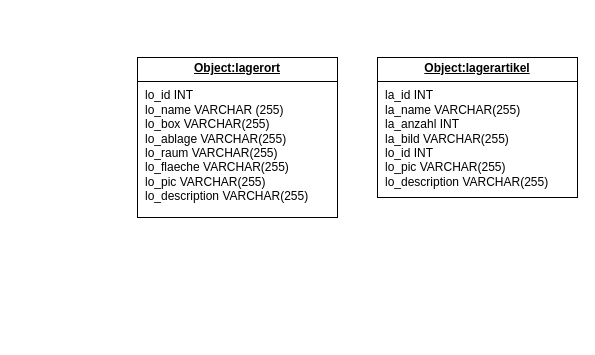
Earlier version of the draw.io diagram page "Datenobjekte" (6 of 8) of archiv/Unbenanntes Diagramm.drawio (kitanicKS/fireapp_frontend). Source tidied: cells renumbered, new cells numbered last; positions are measured from the earlier drawing's top-left corner, leaving out a move shared by most shapes. Both pictures are drawn from the tidied source at 100%, with x=0, y=0 at pixel (137, 57).
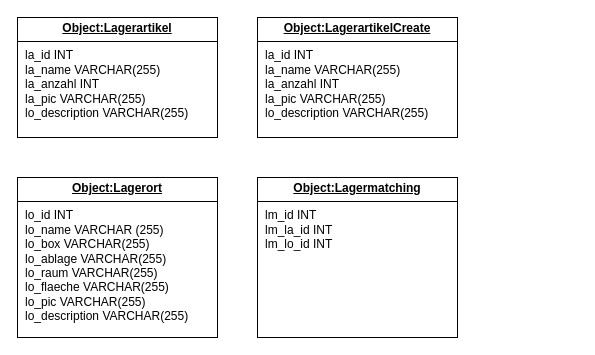
The same page after the edit.

The edit, as a diff of the source:
```diff
@@
 <mxGraphModel>
   <root>
     <mxCell id="0" />
     <mxCell id="1" parent="0" />
-    <mxCell id="2" value="&lt;p style=&quot;margin:0px;margin-top:4px;text-align:center;text-decoration:underline;&quot;&gt;&lt;b&gt;Object:lagerort&lt;/b&gt;&lt;/p&gt;&lt;hr size=&quot;1&quot; style=&quot;border-style:solid;&quot;&gt;&lt;p style=&quot;margin:0px;margin-left:8px;&quot;&gt;lo_id INT&lt;br&gt;lo_name VARCHAR (255)&lt;/p&gt;&lt;p style=&quot;margin:0px;margin-left:8px;&quot;&gt;lo_box VARCHAR(255)&lt;br&gt;lo_ablage&amp;nbsp;&lt;span style=&quot;background-color: transparent; color: light-dark(rgb(0, 0, 0), rgb(255, 255, 255));&quot;&gt;VARCHAR(255)&lt;/span&gt;&lt;/p&gt;&lt;p style=&quot;margin:0px;margin-left:8px;&quot;&gt;lo_raum&amp;nbsp;&lt;span style=&quot;background-color: transparent; color: light-dark(rgb(0, 0, 0), rgb(255, 255, 255));&quot;&gt;VARCHAR(255)&lt;/span&gt;&lt;/p&gt;&lt;p style=&quot;margin:0px;margin-left:8px;&quot;&gt;lo_flaeche&amp;nbsp;&lt;span style=&quot;background-color: transparent; color: light-dark(rgb(0, 0, 0), rgb(255, 255, 255));&quot;&gt;VARCHAR(255)&lt;/span&gt;&lt;/p&gt;&lt;p style=&quot;margin:0px;margin-left:8px;&quot;&gt;&lt;span style=&quot;background-color: transparent; color: light-dark(rgb(0, 0, 0), rgb(255, 255, 255));&quot;&gt;lo_pic VARCHAR(255)&lt;/span&gt;&lt;/p&gt;&lt;p style=&quot;margin:0px;margin-left:8px;&quot;&gt;lo_description VARCHAR(255)&lt;span style=&quot;background-color: transparent; color: light-dark(rgb(0, 0, 0), rgb(255, 255, 255));&quot;&gt;&lt;/span&gt;&lt;/p&gt;" style="verticalAlign=top;align=left;overflow=fill;html=1;whiteSpace=wrap;" parent="1" vertex="1">
-      <mxGeometry width="200" height="160" as="geometry" />
+    <mxCell id="2" value="&lt;p style=&quot;margin:0px;margin-top:4px;text-align:center;text-decoration:underline;&quot;&gt;&lt;b&gt;Object:Lagerort&lt;/b&gt;&lt;/p&gt;&lt;hr size=&quot;1&quot; style=&quot;border-style:solid;&quot;&gt;&lt;p style=&quot;margin:0px;margin-left:8px;&quot;&gt;lo_id INT&lt;br&gt;lo_name VARCHAR (255)&lt;/p&gt;&lt;p style=&quot;margin:0px;margin-left:8px;&quot;&gt;lo_box VARCHAR(255)&lt;br&gt;lo_ablage&amp;nbsp;&lt;span style=&quot;background-color: transparent; color: light-dark(rgb(0, 0, 0), rgb(255, 255, 255));&quot;&gt;VARCHAR(255)&lt;/span&gt;&lt;/p&gt;&lt;p style=&quot;margin:0px;margin-left:8px;&quot;&gt;lo_raum&amp;nbsp;&lt;span style=&quot;background-color: transparent; color: light-dark(rgb(0, 0, 0), rgb(255, 255, 255));&quot;&gt;VARCHAR(255)&lt;/span&gt;&lt;/p&gt;&lt;p style=&quot;margin:0px;margin-left:8px;&quot;&gt;lo_flaeche&amp;nbsp;&lt;span style=&quot;background-color: transparent; color: light-dark(rgb(0, 0, 0), rgb(255, 255, 255));&quot;&gt;VARCHAR(255)&lt;/span&gt;&lt;/p&gt;&lt;p style=&quot;margin:0px;margin-left:8px;&quot;&gt;&lt;span style=&quot;background-color: transparent; color: light-dark(rgb(0, 0, 0), rgb(255, 255, 255));&quot;&gt;lo_pic VARCHAR(255)&lt;/span&gt;&lt;/p&gt;&lt;p style=&quot;margin:0px;margin-left:8px;&quot;&gt;lo_description VARCHAR(255)&lt;span style=&quot;background-color: transparent; color: light-dark(rgb(0, 0, 0), rgb(255, 255, 255));&quot;&gt;&lt;/span&gt;&lt;/p&gt;" style="verticalAlign=top;align=left;overflow=fill;html=1;whiteSpace=wrap;" parent="1" vertex="1">
+      <mxGeometry x="-120" y="120" width="200" height="160" as="geometry" />
     </mxCell>
-    <mxCell id="3" value="&lt;p style=&quot;margin:0px;margin-top:4px;text-align:center;text-decoration:underline;&quot;&gt;&lt;b&gt;Object:lagerartikel&lt;/b&gt;&lt;/p&gt;&lt;hr size=&quot;1&quot; style=&quot;border-style:solid;&quot;&gt;&lt;p style=&quot;margin:0px;margin-left:8px;&quot;&gt;la_id INT&lt;br&gt;la_name VARCHAR(255)&lt;br&gt;la_anzahl INT&lt;/p&gt;&lt;p style=&quot;margin:0px;margin-left:8px;&quot;&gt;la_bild VARCHAR(255)&lt;/p&gt;&lt;p style=&quot;margin:0px;margin-left:8px;&quot;&gt;lo_id&amp;nbsp;&lt;span style=&quot;background-color: transparent; color: light-dark(rgb(0, 0, 0), rgb(255, 255, 255));&quot;&gt;INT&lt;/span&gt;&lt;/p&gt;&lt;p style=&quot;margin:0px;margin-left:8px;&quot;&gt;&lt;span style=&quot;background-color: transparent; color: light-dark(rgb(0, 0, 0), rgb(255, 255, 255));&quot;&gt;lo_pic VARCHAR(255)&lt;/span&gt;&lt;/p&gt;&lt;p style=&quot;margin:0px;margin-left:8px;&quot;&gt;lo_description VARCHAR(255)&lt;span style=&quot;background-color: transparent; color: light-dark(rgb(0, 0, 0), rgb(255, 255, 255));&quot;&gt;&lt;/span&gt;&lt;/p&gt;" style="verticalAlign=top;align=left;overflow=fill;html=1;whiteSpace=wrap;" parent="1" vertex="1">
-      <mxGeometry x="240" width="200" height="140" as="geometry" />
+    <mxCell id="3" value="&lt;p style=&quot;margin:0px;margin-top:4px;text-align:center;text-decoration:underline;&quot;&gt;&lt;b&gt;Object:Lagerartikel&lt;/b&gt;&lt;/p&gt;&lt;hr size=&quot;1&quot; style=&quot;border-style:solid;&quot;&gt;&lt;p style=&quot;margin:0px;margin-left:8px;&quot;&gt;la_id INT&lt;br&gt;la_name VARCHAR(255)&lt;br&gt;la_anzahl INT&lt;/p&gt;&lt;p style=&quot;margin:0px;margin-left:8px;&quot;&gt;la_pic VARCHAR(255)&lt;/p&gt;&lt;p style=&quot;margin:0px;margin-left:8px;&quot;&gt;&lt;span style=&quot;background-color: transparent; color: light-dark(rgb(0, 0, 0), rgb(255, 255, 255));&quot;&gt;lo_description VARCHAR(255)&lt;/span&gt;&lt;/p&gt;" style="verticalAlign=top;align=left;overflow=fill;html=1;whiteSpace=wrap;" parent="1" vertex="1">
+      <mxGeometry x="-120" y="-40" width="200" height="120" as="geometry" />
     </mxCell>
+    <mxCell id="4" value="&lt;p style=&quot;margin:0px;margin-top:4px;text-align:center;text-decoration:underline;&quot;&gt;&lt;b&gt;Object:Lagermatching&lt;/b&gt;&lt;/p&gt;&lt;hr size=&quot;1&quot; style=&quot;border-style:solid;&quot;&gt;&lt;p style=&quot;margin:0px;margin-left:8px;&quot;&gt;lm_id INT&lt;br&gt;lm_la_id INT&lt;br&gt;lm_lo_id INT&lt;/p&gt;" style="verticalAlign=top;align=left;overflow=fill;html=1;whiteSpace=wrap;" parent="1" vertex="1">
+      <mxGeometry x="120" y="120" width="200" height="160" as="geometry" />
+    </mxCell>
+    <mxCell id="5" value="&lt;p style=&quot;margin:0px;margin-top:4px;text-align:center;text-decoration:underline;&quot;&gt;&lt;b&gt;Object:LagerartikelCreate&lt;/b&gt;&lt;/p&gt;&lt;hr size=&quot;1&quot; style=&quot;border-style:solid;&quot;&gt;&lt;p style=&quot;margin:0px;margin-left:8px;&quot;&gt;la_id INT&lt;br&gt;la_name VARCHAR(255)&lt;br&gt;la_anzahl INT&lt;/p&gt;&lt;p style=&quot;margin:0px;margin-left:8px;&quot;&gt;la_pic VARCHAR(255)&lt;/p&gt;&lt;p style=&quot;margin:0px;margin-left:8px;&quot;&gt;&lt;span style=&quot;background-color: transparent; color: light-dark(rgb(0, 0, 0), rgb(255, 255, 255));&quot;&gt;lo_description VARCHAR(255)&lt;/span&gt;&lt;/p&gt;" style="verticalAlign=top;align=left;overflow=fill;html=1;whiteSpace=wrap;" parent="1" vertex="1">
+      <mxGeometry x="120" y="-40" width="200" height="120" as="geometry" />
+    </mxCell>
   </root>
 </mxGraphModel>
```
